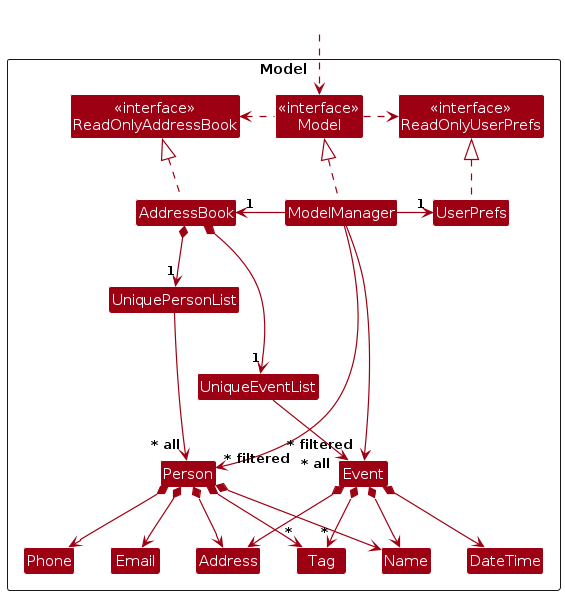
The PlantUML diagram diagrams/ModelClassDiagram.png in FriedCabbageSalad/tp, before a commit. Its source is kept beside it as diagrams/ModelClassDiagram.puml.
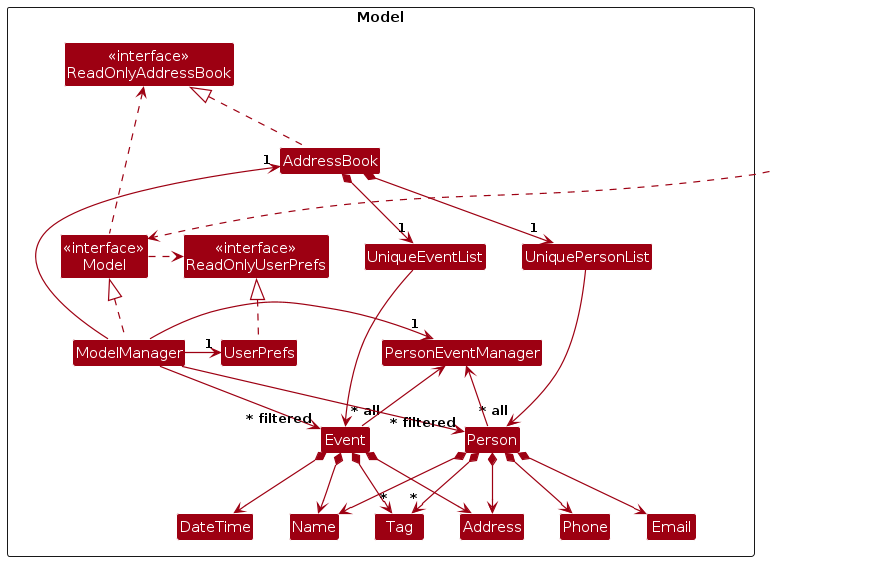
Above is the later version.

Diff of the diagram source:
```diff
@@ -22,6 +22,7 @@
 Class Phone
 Class Tag
 Class DateTime
+Class PersonEventManager
 
 Class I #FFFFFF
 }
@@ -36,6 +37,7 @@
 Model .left.> ReadOnlyAddressBook
 ModelManager -left-> "1" AddressBook
 ModelManager -right-> "1" UserPrefs
+ModelManager -right-> "1" PersonEventManager
 UserPrefs .up.|> ReadOnlyUserPrefs
 
 AddressBook *--> "1" UniquePersonList
@@ -62,4 +64,7 @@
 
 ModelManager --> "~* filtered" Person
 ModelManager --> "~* filtered" Event
+
+PersonEventManager <-- Person
+PersonEventManager <-- Event
 @enduml
```
